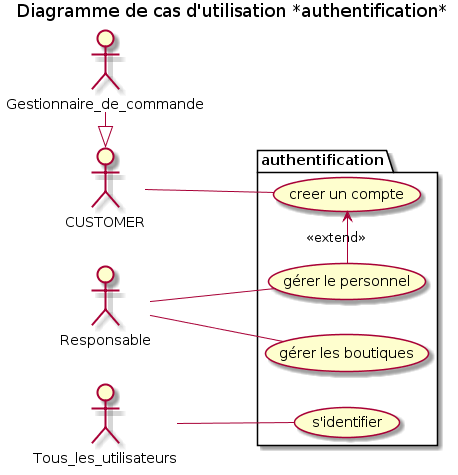
The PlantUML diagram doc/img/03_authentification.png in Zepmanbc/oc_dapython_pr4, before a commit.
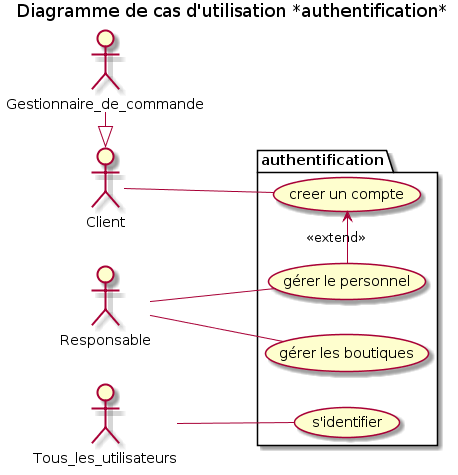
After the commit.

The edit, as a diff of the source:
```diff
@@ -2,6 +2,7 @@
 title Diagramme de cas d'utilisation *authentification*
 
 actor Gestionnaire_de_commande as GESTCMD
+actor Client as CUSTOMER
 actor Responsable as BOSS
 
 package authentification{
```
